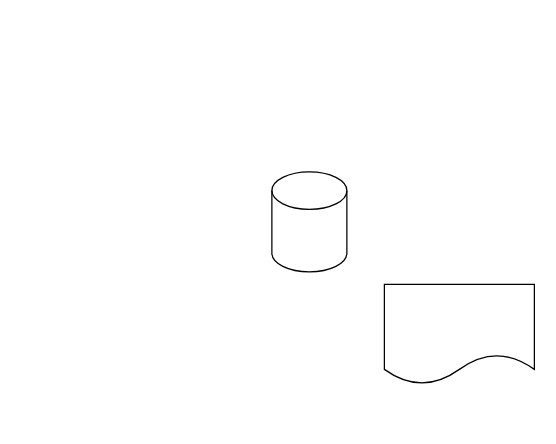
Above: 未命名绘图.drawio in jerrytom9981/test (draw.io), before the change. Source tidied: cells renumbered, new cells numbered last; positions are measured from the earlier drawing's top-left corner, leaving out a move shared by most shapes. Both pictures are drawn from the tidied source at 125%, with x=0, y=0 at pixel (271, 171).
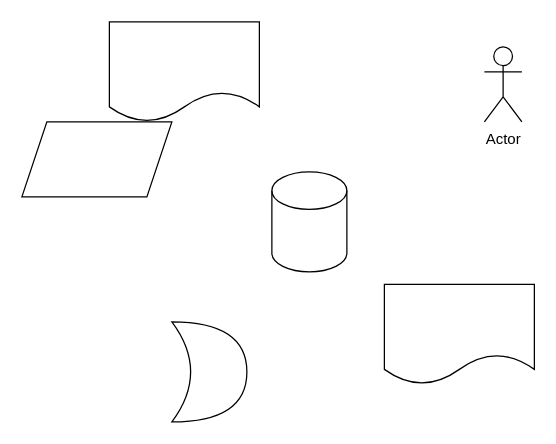
The same diagram, later.

Commit message:
更新未命名绘图.drawio

Diff of the diagram source:
```diff
@@
 <mxGraphModel>
   <root>
     <mxCell id="0" />
     <mxCell id="1" parent="0" />
     <mxCell id="2" style="shape=document;whiteSpace=wrap;html=1;boundedLbl=1;" parent="1" vertex="1">
       <mxGeometry x="90" y="90" width="120" height="80" as="geometry" />
     </mxCell>
     <mxCell id="3" style="shape=cylinder3;whiteSpace=wrap;html=1;boundedLbl=1;backgroundOutline=1;size=15;" parent="1" vertex="1">
       <mxGeometry width="60" height="80" as="geometry" />
     </mxCell>
+    <mxCell id="4" style="shape=document;whiteSpace=wrap;html=1;boundedLbl=1;" parent="1" vertex="1">
+      <mxGeometry x="-130" y="-120" width="120" height="80" as="geometry" />
+    </mxCell>
+    <mxCell id="5" style="shape=xor;whiteSpace=wrap;html=1;" parent="1" vertex="1">
+      <mxGeometry x="-80" y="120" width="60" height="80" as="geometry" />
+    </mxCell>
+    <mxCell id="6" value="Actor" style="shape=umlActor;verticalLabelPosition=bottom;verticalAlign=top;html=1;" parent="1" vertex="1">
+      <mxGeometry x="170" y="-100" width="30" height="60" as="geometry" />
+    </mxCell>
+    <mxCell id="7" style="shape=parallelogram;perimeter=parallelogramPerimeter;whiteSpace=wrap;html=1;fixedSize=1;" parent="1" vertex="1">
+      <mxGeometry x="-200" y="-40" width="120" height="60" as="geometry" />
+    </mxCell>
   </root>
 </mxGraphModel>
```
